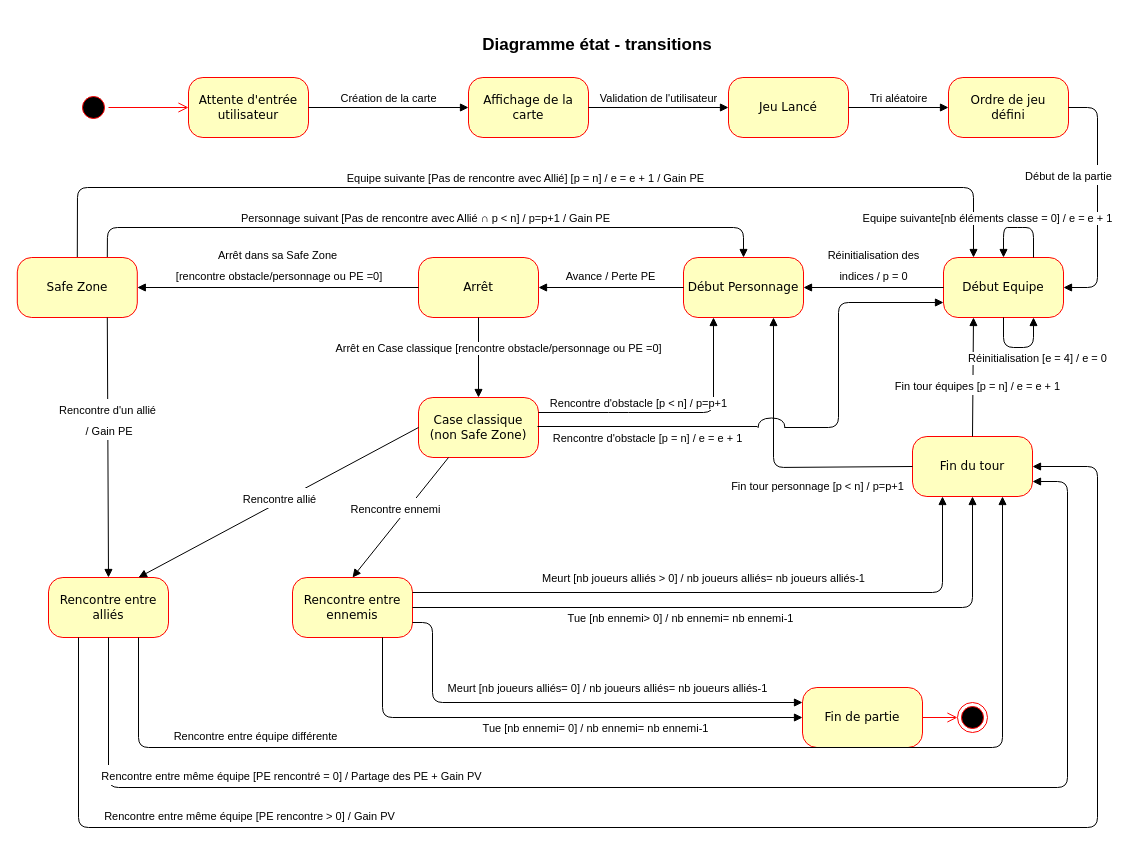
agenceDEVI/ConceptObjet keeps this draw.io diagram as diagramme_etat_transition.drawio. Above is the earlier version. Source tidied: cells renumbered, new cells numbered last; positions are measured from the earlier drawing's top-left corner, leaving out a move shared by most shapes. Both pictures are drawn from the tidied source at 100%, with x=0, y=0 at pixel (17, 17).
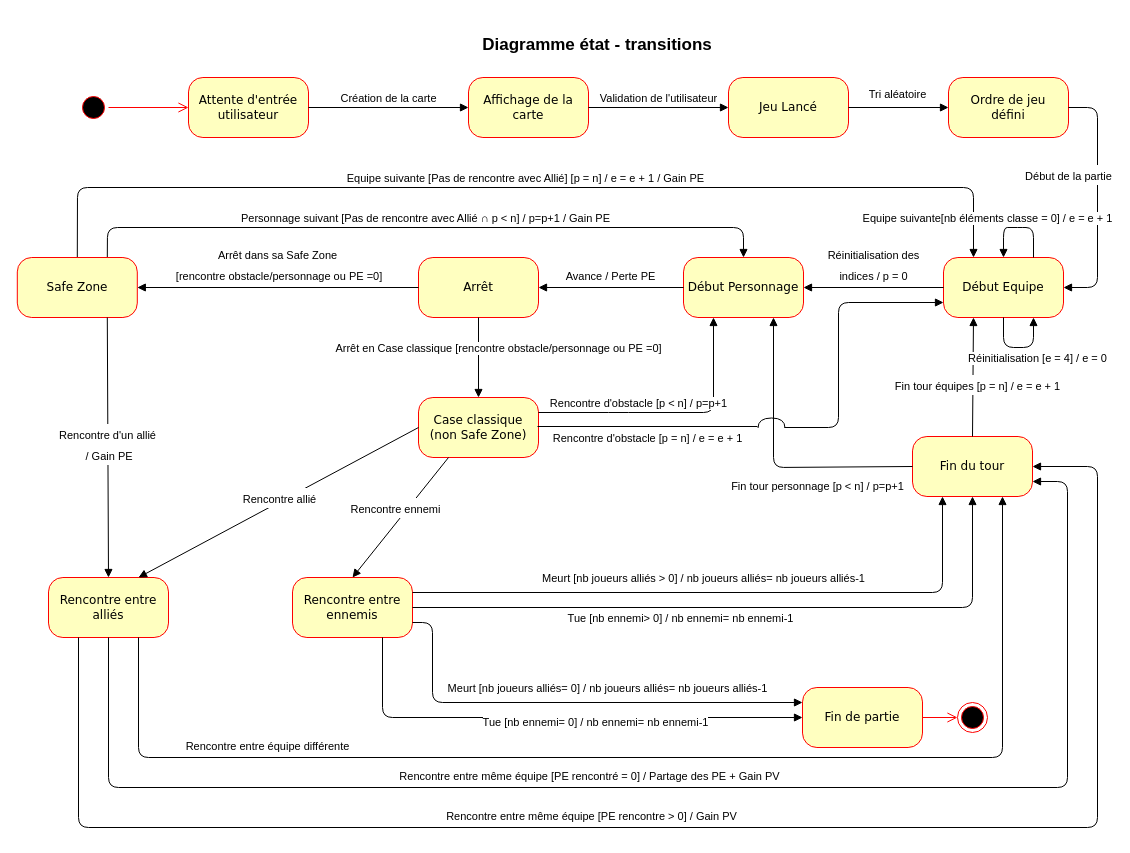
Above is the later version.

The change refers to these unchanged cells:
```xml
<mxCell id="10" value="Jeu Lancé" style="rounded=1;whiteSpace=wrap;html=1;arcSize=24;fillColor=#ffffc0;strokeColor=#ff0000;shadow=0;comic=0;labelBackgroundColor=none;fontFamily=Verdana;fontSize=12;fontColor=#000000;align=center;" parent="1" vertex="1">
  <mxGeometry x="711" y="60" width="120" height="60" as="geometry" />
</mxCell>
<mxCell id="11" value="&lt;div&gt;Ordre de jeu &lt;br&gt;&lt;/div&gt;&lt;div&gt;défini&lt;/div&gt;" style="rounded=1;whiteSpace=wrap;html=1;arcSize=24;fillColor=#ffffc0;strokeColor=#ff0000;shadow=0;comic=0;labelBackgroundColor=none;fontFamily=Verdana;fontSize=12;fontColor=#000000;align=center;" parent="1" vertex="1">
  <mxGeometry x="931" y="60" width="120" height="60" as="geometry" />
</mxCell>
<mxCell id="13" value="Début Equipe" style="rounded=1;whiteSpace=wrap;html=1;arcSize=24;fillColor=#ffffc0;strokeColor=#ff0000;shadow=0;comic=0;labelBackgroundColor=none;fontFamily=Verdana;fontSize=12;fontColor=#000000;align=center;" parent="1" vertex="1">
  <mxGeometry x="926" y="240" width="120" height="60" as="geometry" />
</mxCell>
<mxCell id="17" value="Arrêt" style="rounded=1;whiteSpace=wrap;html=1;arcSize=24;fillColor=#ffffc0;strokeColor=#ff0000;shadow=0;comic=0;labelBackgroundColor=none;fontFamily=Verdana;fontSize=12;fontColor=#000000;align=center;" parent="1" vertex="1">
  <mxGeometry x="401" y="240" width="120" height="60" as="geometry" />
</mxCell>
<mxCell id="22" value="&lt;div&gt;Safe Zone&lt;/div&gt;" style="rounded=1;whiteSpace=wrap;html=1;arcSize=24;fillColor=#ffffc0;strokeColor=#ff0000;shadow=0;comic=0;labelBackgroundColor=none;fontFamily=Verdana;fontSize=12;fontColor=#000000;align=center;" parent="1" vertex="1">
  <mxGeometry x="-0.2" y="240" width="120" height="60" as="geometry" />
</mxCell>
<mxCell id="26" value="Rencontre entre ennemis" style="rounded=1;whiteSpace=wrap;html=1;arcSize=24;fillColor=#ffffc0;strokeColor=#ff0000;shadow=0;comic=0;labelBackgroundColor=none;fontFamily=Verdana;fontSize=12;fontColor=#000000;align=center;" parent="1" vertex="1">
  <mxGeometry x="275" y="560" width="120" height="60" as="geometry" />
</mxCell>
<mxCell id="27" value="Rencontre entre alliés" style="rounded=1;whiteSpace=wrap;html=1;arcSize=24;fillColor=#ffffc0;strokeColor=#ff0000;shadow=0;comic=0;labelBackgroundColor=none;fontFamily=Verdana;fontSize=12;fontColor=#000000;align=center;" parent="1" vertex="1">
  <mxGeometry x="31" y="560" width="120" height="60" as="geometry" />
</mxCell>
<mxCell id="28" value="Fin du tour" style="rounded=1;whiteSpace=wrap;html=1;arcSize=24;fillColor=#ffffc0;strokeColor=#ff0000;shadow=0;comic=0;labelBackgroundColor=none;fontFamily=Verdana;fontSize=12;fontColor=#000000;align=center;" parent="1" vertex="1">
  <mxGeometry x="895" y="419" width="120" height="60" as="geometry" />
</mxCell>
<mxCell id="29" value="Fin de partie" style="rounded=1;whiteSpace=wrap;html=1;arcSize=24;fillColor=#ffffc0;strokeColor=#ff0000;shadow=0;comic=0;labelBackgroundColor=none;fontFamily=Verdana;fontSize=12;fontColor=#000000;align=center;" parent="1" vertex="1">
  <mxGeometry x="785" y="670" width="120" height="60" as="geometry" />
</mxCell>
```

The edit, as a diff of the source:
```diff
@@
-    <mxCell id="12" value="&lt;div style=&quot;font-size: 11px&quot;&gt;Tri aléatoire&lt;/div&gt;" style="html=1;verticalAlign=bottom;endArrow=block;fontSize=17;entryX=0;entryY=0.5;entryDx=0;entryDy=0;exitX=1;exitY=0.5;exitDx=0;exitDy=0;" parent="1" edge="1" source="10" target="11">
-      <mxGeometry relative="1" as="geometry" />
+    <mxCell id="12" value="&lt;div style=&quot;font-size: 11px&quot;&gt;Tri aléatoire&lt;/div&gt;" style="html=1;verticalAlign=bottom;endArrow=block;fontSize=17;entryX=0;entryY=0.5;entryDx=0;entryDy=0;exitX=1;exitY=0.5;exitDx=0;exitDy=0;spacingTop=0;spacingBottom=-6;" parent="1" edge="1" source="10" target="11">
+      <mxGeometry x="-0.02" y="10" relative="1" as="geometry" />
     </mxCell>
@@
-    <mxCell id="14" value="&lt;font style=&quot;font-size: 11px&quot;&gt;Début de la partie&lt;/font&gt;" style="html=1;verticalAlign=bottom;endArrow=block;fontSize=17;entryX=1;entryY=0.5;entryDx=0;entryDy=0;exitX=1;exitY=0.5;exitDx=0;exitDy=0;" parent="1" edge="1" source="11" target="13">
+    <mxCell id="14" value="&lt;font style=&quot;font-size: 11px&quot;&gt;Début de la partie&lt;/font&gt;" style="html=1;verticalAlign=bottom;endArrow=block;fontSize=17;entryX=1;entryY=0.5;entryDx=0;entryDy=0;exitX=1;exitY=0.5;exitDx=0;exitDy=0;horizontal=1;" parent="1" edge="1" source="11" target="13">
       <mxGeometry x="-0.1" y="-29" relative="1" as="geometry">
         <Array as="points">
           <mxPoint x="1080" y="90" />
           <mxPoint x="1080" y="270" />
         </Array>
       </mxGeometry>
     </mxCell>
@@
-    <mxCell id="23" value="&lt;font style=&quot;font-size: 11px&quot;&gt;Arrêt dans sa Safe Zone&lt;br&gt;&lt;/font&gt;&lt;font style=&quot;font-size: 11px&quot;&gt;&amp;nbsp;[rencontre obstacle/personnage ou PE =0]&lt;/font&gt;" style="html=1;verticalAlign=bottom;endArrow=block;fontSize=17;entryX=1;entryY=0.5;entryDx=0;entryDy=0;exitX=0;exitY=0.5;exitDx=0;exitDy=0;" parent="1" edge="1" source="17" target="22">
+    <mxCell id="23" value="&lt;font style=&quot;font-size: 11px&quot;&gt;Arrêt dans sa Safe Zone&lt;br&gt;&lt;/font&gt;&lt;font style=&quot;font-size: 11px&quot;&gt;&amp;nbsp;[rencontre obstacle/personnage ou PE =0]&lt;/font&gt;" style="html=1;verticalAlign=bottom;endArrow=block;fontSize=17;entryX=1;entryY=0.5;entryDx=0;entryDy=0;exitX=0;exitY=0.5;exitDx=0;exitDy=0;spacing=2;horizontal=1;" parent="1" edge="1" source="17" target="22">
       <mxGeometry relative="1" as="geometry" />
     </mxCell>
@@
     <mxCell id="25" value="&lt;font style=&quot;font-size: 11px&quot;&gt;Rencontre d'un allié&lt;br&gt;&lt;/font&gt;&lt;font style=&quot;font-size: 11px&quot;&gt;&amp;nbsp;/ Gain PE&lt;br&gt;&lt;/font&gt;" style="html=1;verticalAlign=bottom;endArrow=block;fontSize=17;exitX=0.75;exitY=1;exitDx=0;exitDy=0;entryX=0.5;entryY=0;entryDx=0;entryDy=0;" parent="1" edge="1" source="22" target="27">
-      <mxGeometry x="-0.04" relative="1" as="geometry" />
+      <mxGeometry x="0.15" relative="1" as="geometry" />
     </mxCell>
@@
     <mxCell id="35" value="&lt;div&gt;&lt;font style=&quot;font-size: 11px&quot;&gt;Rencontre entre même équipe [PE rencontré = 0] / Partage des PE + Gain PV&lt;br&gt;&lt;/font&gt;&lt;/div&gt;" style="html=1;verticalAlign=bottom;endArrow=block;fontSize=17;exitX=0.5;exitY=1;exitDx=0;exitDy=0;entryX=1;entryY=0.75;entryDx=0;entryDy=0;" parent="1" edge="1" source="27" target="28">
-      <mxGeometry x="-0.54" relative="1" as="geometry">
+      <mxGeometry x="-0.13" relative="1" as="geometry">
         <Array as="points">
           <mxPoint x="91" y="770" />
           <mxPoint x="1050" y="770" />
           <mxPoint x="1050" y="464" />
         </Array>
-        <mxPoint x="-1" as="offset" />
       </mxGeometry>
     </mxCell>
@@
-    <mxCell id="37" value="&lt;div style=&quot;font-size: 11px&quot;&gt;Tue [nb ennemi= 0] / nb ennemi= nb ennemi-1&lt;/div&gt;" style="html=1;verticalAlign=bottom;endArrow=block;fontSize=17;entryX=0;entryY=0.5;entryDx=0;entryDy=0;exitX=0.75;exitY=1;exitDx=0;exitDy=0;" parent="1" edge="1" source="26" target="29">
+    <mxCell id="37" value="&lt;div style=&quot;font-size: 11px&quot;&gt;Tue [nb ennemi= 0] / nb ennemi= nb ennemi-1&lt;/div&gt;" style="html=1;verticalAlign=bottom;endArrow=block;fontSize=17;entryX=0;entryY=0.5;entryDx=0;entryDy=0;exitX=0.75;exitY=1;exitDx=0;exitDy=0;spacingBottom=6;" parent="1" edge="1" source="26" target="29">
       <mxGeometry x="0.17" y="-20" relative="1" as="geometry">
         <Array as="points">
           <mxPoint x="365" y="700" />
         </Array>
       </mxGeometry>
     </mxCell>
@@
     <mxCell id="44" value="&lt;font style=&quot;font-size: 11px&quot;&gt;Rencontre entre équipe différente&lt;br&gt;&lt;/font&gt;" style="html=1;verticalAlign=bottom;endArrow=block;fontSize=17;exitX=0.75;exitY=1;exitDx=0;exitDy=0;entryX=0.75;entryY=1;entryDx=0;entryDy=0;" parent="1" edge="1" source="27" target="28">
-      <mxGeometry x="-0.63" relative="1" as="geometry">
+      <mxGeometry x="-0.6" relative="1" as="geometry">
         <Array as="points">
-          <mxPoint x="121" y="730" />
-          <mxPoint x="985" y="730" />
+          <mxPoint x="121" y="740" />
+          <mxPoint x="985" y="740" />
         </Array>
       </mxGeometry>
     </mxCell>
     <mxCell id="45" value="&lt;font style=&quot;font-size: 11px&quot;&gt;Rencontre entre même équipe [PE rencontre &amp;gt; 0] / Gain PV&lt;br&gt;&lt;/font&gt;" style="html=1;verticalAlign=bottom;endArrow=block;fontSize=17;exitX=0.25;exitY=1;exitDx=0;exitDy=0;entryX=1;entryY=0.5;entryDx=0;entryDy=0;" parent="1" edge="1" source="27" target="28">
-      <mxGeometry x="-0.56" relative="1" as="geometry">
+      <mxGeometry x="-0.14" relative="1" as="geometry">
         <Array as="points">
           <mxPoint x="61" y="810" />
           <mxPoint x="1080" y="810" />
           <mxPoint x="1080" y="449" />
         </Array>
-        <mxPoint x="1" as="offset" />
       </mxGeometry>
     </mxCell>
```
